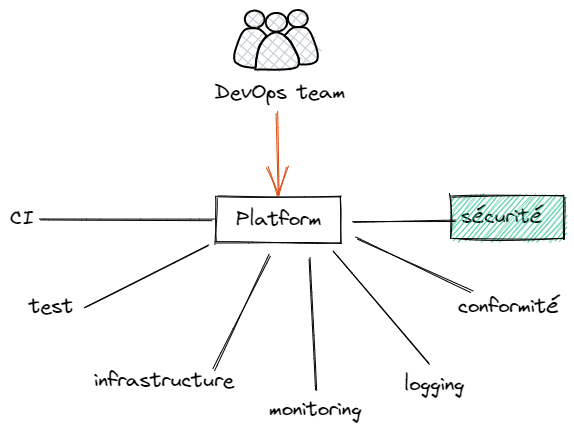
This is snowcamp_2023/assets/platform-securite.excalidraw.png from ojacques/presentations, a Excalidraw export, as it was before one commit. Source tidied: one line per element, renumbered; positions are measured from the earlier drawing's top-left corner, leaving out a move shared by most shapes.
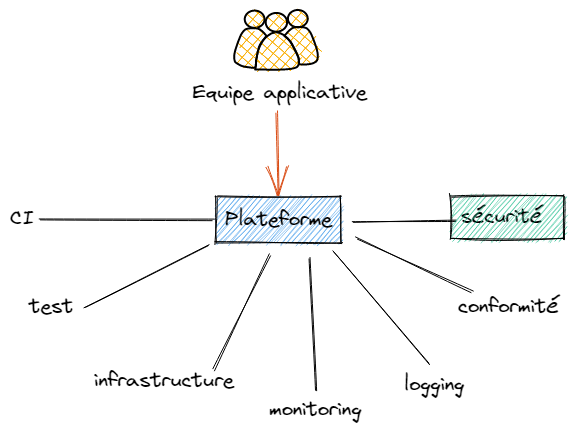
After the change.

Change to the diagram source:
```diff
@@ -5,8 +5,8 @@
 {"id": 4, "type": "text", "text": "CI", "strokeColor": "#000000", "strokeWidth": 1, "roughness": 1, "fontSize": 20, "fontFamily": 1, "x": 0, "y": 196, "width": 26, "height": 25}
 {"id": 5, "type": "text", "text": "logging", "strokeColor": "#000000", "strokeWidth": 1, "roughness": 1, "fontSize": 20, "fontFamily": 1, "x": 394, "y": 362, "width": 62, "height": 25}
 {"id": 6, "type": "text", "text": "test", "strokeColor": "#000000", "strokeWidth": 1, "roughness": 1, "fontSize": 20, "fontFamily": 1, "x": 19, "y": 284, "width": 46, "height": 25}
-{"id": 7, "type": "rectangle", "strokeColor": "#000000", "strokeWidth": 1, "roughness": 1, "x": 206, "y": 187, "width": 125, "height": 46}
+{"id": 7, "type": "rectangle", "strokeColor": "#000000", "backgroundColor": "#228be6", "fillStyle": "hachure", "strokeWidth": 1, "roughness": 1, "x": 206, "y": 187, "width": 125, "height": 46}
-{"id": 8, "type": "text", "text": "Platform", "strokeColor": "#000000", "strokeWidth": 1, "roughness": 1, "fontSize": 20, "fontFamily": 1, "textAlign": "center", "verticalAlign": "middle", "inside": 7, "x": 225, "y": 197, "width": 87, "height": 25}
+{"id": 8, "type": "text", "text": "Plateforme", "strokeColor": "#000000", "strokeWidth": 1, "roughness": 1, "fontSize": 20, "fontFamily": 1, "textAlign": "center", "verticalAlign": "middle", "inside": 7, "x": 214, "y": 197, "width": 109, "height": 25}
 {"id": 9, "type": "line", "strokeColor": "#000000", "strokeWidth": 1, "roughness": 1, "x": 30, "y": 210, "width": 173, "height": 0, "points": [[0, 0], [173, 0]]}
 {"id": 10, "type": "line", "strokeColor": "#000000", "strokeWidth": 1, "roughness": 1, "x": 75, "y": 297, "width": 124, "height": 61, "points": [[0, 0], [124, -61]]}
 {"id": 11, "type": "line", "strokeColor": "#000000", "strokeWidth": 1, "roughness": 1, "x": 204, "y": 360, "width": 57, "height": 114, "points": [[0, 0], [57, -114]]}
@@ -14,12 +14,12 @@
 {"id": 13, "type": "line", "strokeColor": "#000000", "strokeWidth": 1, "roughness": 1, "x": 323, "y": 243, "width": 96, "height": 111, "points": [[0, 0], [96, 111]]}
 {"id": 14, "type": "line", "strokeColor": "#000000", "strokeWidth": 1, "roughness": 1, "x": 346, "y": 228, "width": 116, "height": 54, "points": [[0, 0], [116, 54]]}
 {"id": 15, "type": "line", "strokeColor": "#000000", "strokeWidth": 1, "roughness": 1, "x": 343, "y": 212, "width": 102, "height": 1, "points": [[0, 0], [102, -1]]}
-{"id": 16, "type": "text", "text": "DevOps team", "strokeColor": "#000000", "backgroundColor": "white", "fillStyle": "solid", "strokeWidth": 1, "roughness": 1, "fontSize": 20, "fontFamily": 1, "x": 205, "y": 70, "width": 132, "height": 25}
+{"id": 16, "type": "text", "text": "Equipe applicative", "strokeColor": "#000000", "backgroundColor": "white", "fillStyle": "solid", "strokeWidth": 1, "roughness": 1, "fontSize": 20, "fontFamily": 1, "x": 183, "y": 70, "width": 176, "height": 25}
-{"id": 17, "type": "ellipse", "strokeColor": "#000000", "backgroundColor": "#ced4da", "fillStyle": "cross-hatch", "strokeWidth": 2, "roughness": 0, "x": 278, "y": 0, "width": 20, "height": 17}
+{"id": 17, "type": "ellipse", "strokeColor": "#000000", "backgroundColor": "#fab005", "fillStyle": "cross-hatch", "strokeWidth": 2, "roughness": 0, "x": 278, "y": 0, "width": 20, "height": 17}
-{"id": 18, "type": "ellipse", "strokeColor": "#000000", "backgroundColor": "#ced4da", "fillStyle": "cross-hatch", "strokeWidth": 2, "roughness": 0, "x": 235, "y": 1, "width": 20, "height": 17}
+{"id": 18, "type": "ellipse", "strokeColor": "#000000", "backgroundColor": "#fab005", "fillStyle": "cross-hatch", "strokeWidth": 2, "roughness": 0, "x": 235, "y": 1, "width": 20, "height": 17}
-{"id": 19, "type": "line", "strokeColor": "#000000", "backgroundColor": "#ced4da", "fillStyle": "cross-hatch", "strokeWidth": 2, "roughness": 0, "x": 245, "y": 60, "width": 42, "height": 37, "points": [[0, 0], [5, -25], [20, -37], [35, -27], [42, -3], [0, 0]]}
+{"id": 19, "type": "line", "strokeColor": "#000000", "backgroundColor": "#fab005", "fillStyle": "cross-hatch", "strokeWidth": 2, "roughness": 0, "x": 245, "y": 60, "width": 42, "height": 37, "points": [[0, 0], [5, -25], [20, -37], [35, -27], [42, -3], [0, 0]]}
-{"id": 20, "type": "ellipse", "strokeColor": "#000000", "backgroundColor": "#ced4da", "fillStyle": "cross-hatch", "strokeWidth": 2, "roughness": 0, "x": 256, "y": 3, "width": 21, "height": 19}
+{"id": 20, "type": "ellipse", "strokeColor": "#000000", "backgroundColor": "#fab005", "fillStyle": "cross-hatch", "strokeWidth": 2, "roughness": 0, "x": 256, "y": 3, "width": 21, "height": 19}
-{"id": 21, "type": "line", "strokeColor": "#000000", "backgroundColor": "#ced4da", "fillStyle": "cross-hatch", "strokeWidth": 2, "roughness": 0, "x": 274, "y": 26, "width": 33, "height": 37, "points": [[0, 0], [5, -6], [10, -8], [17, -9], [22, -8], [26, -4], [28, 2], [31, 8], [33, 14], [33, 20], [33, 25], [29, 27], [25, 28], [19, 29], [15, 28], [14, 22], [13, 19], [10, 13], [6, 6], [0, 0]]}
+{"id": 21, "type": "line", "strokeColor": "#000000", "backgroundColor": "#fab005", "fillStyle": "cross-hatch", "strokeWidth": 2, "roughness": 0, "x": 274, "y": 26, "width": 33, "height": 37, "points": [[0, 0], [5, -6], [10, -8], [17, -9], [22, -8], [26, -4], [28, 2], [31, 8], [33, 14], [33, 20], [33, 25], [29, 27], [25, 28], [19, 29], [15, 28], [14, 22], [13, 19], [10, 13], [6, 6], [0, 0]]}
-{"id": 22, "type": "line", "strokeColor": "#000000", "backgroundColor": "#ced4da", "fillStyle": "cross-hatch", "strokeWidth": 2, "roughness": 0, "x": 256, "y": 26, "width": 32, "height": 39, "points": [[0, 0], [-4, -4], [-8, -7], [-16, -8], [-21, -6], [-25, -2], [-27, 3], [-29, 9], [-31, 16], [-32, 21], [-31, 26], [-28, 28], [-24, 30], [-18, 31], [-11, 31], [-10, 24], [-10, 21], [-8, 15], [-5, 7], [0, 0]]}
+{"id": 22, "type": "line", "strokeColor": "#000000", "backgroundColor": "#fab005", "fillStyle": "cross-hatch", "strokeWidth": 2, "roughness": 0, "x": 256, "y": 26, "width": 32, "height": 39, "points": [[0, 0], [-4, -4], [-8, -7], [-16, -8], [-21, -6], [-25, -2], [-27, 3], [-29, 9], [-31, 16], [-32, 21], [-31, 26], [-28, 28], [-24, 30], [-18, 31], [-11, 31], [-10, 24], [-10, 21], [-8, 15], [-5, 7], [0, 0]]}
 {"id": 23, "type": "arrow", "strokeColor": "#d9480f", "strokeWidth": 1, "roughness": 1, "endArrowhead": "arrow", "from": 16, "to": 7, "x": 268, "y": 102, "width": 1, "height": 82, "points": [[0, 0], [1, 82]]}
 {"id": 24, "type": "rectangle", "strokeColor": "#000000", "backgroundColor": "#12b886", "fillStyle": "hachure", "strokeWidth": 1, "roughness": 1, "x": 441, "y": 185, "width": 113, "height": 44}
```
